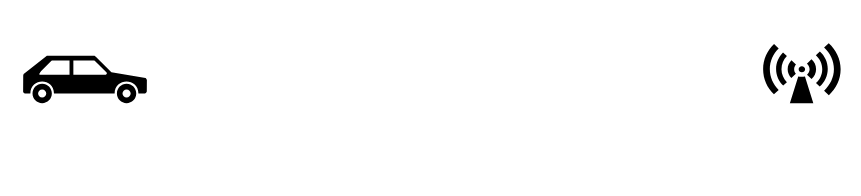
Above: page "第 6 页" (6 of 6) of pic/paperPic.drawio in 1Errors/PaperUse (draw.io), before the change. Source tidied: cells renumbered, new cells numbered last; positions are measured from the earlier drawing's top-left corner, leaving out a move shared by most shapes. Both pictures are drawn from the tidied source at 125%, with x=0, y=0 at pixel (22, 42).
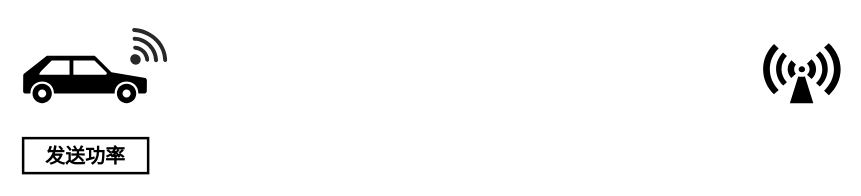
After the change.

What changed in the source:
```diff
@@
 <mxGraphModel>
   <root>
     <mxCell id="0" />
     <mxCell id="1" parent="0" />
     <mxCell id="2" style="shape=mxgraph.signs.transportation.car_3;html=1;fillColor=#000000;strokeColor=none;verticalLabelPosition=bottom;verticalAlign=top;align=center;sketch=0;fontSize=16;flipH=1;" parent="1" vertex="1">
       <mxGeometry y="10" width="99" height="38" as="geometry" />
     </mxCell>
     <mxCell id="3" style="shape=mxgraph.signs.safety.non-ionizing_radiation;html=1;fillColor=#000000;strokeColor=none;verticalLabelPosition=bottom;verticalAlign=top;align=center;sketch=0;fontSize=16;" parent="1" vertex="1">
       <mxGeometry x="592" width="62" height="48" as="geometry" />
     </mxCell>
+    <mxCell id="4" style="verticalLabelPosition=bottom;sketch=0;html=1;fillColor=#282828;strokeColor=none;verticalAlign=top;align=center;shape=mxgraph.cisco_safe.technology_icons.icon26;fontSize=16;rotation=45;" parent="1" vertex="1">
+      <mxGeometry x="78" y="-8.5" width="38" height="28.5" as="geometry" />
+    </mxCell>
+    <mxCell id="5" value="&lt;b&gt;发送功率&lt;/b&gt;" style="rounded=0;whiteSpace=wrap;html=1;fontSize=16;fillColor=none;strokeWidth=2;" parent="1" vertex="1">
+      <mxGeometry y="76" width="100" height="28" as="geometry" />
+    </mxCell>
   </root>
 </mxGraphModel>
```
